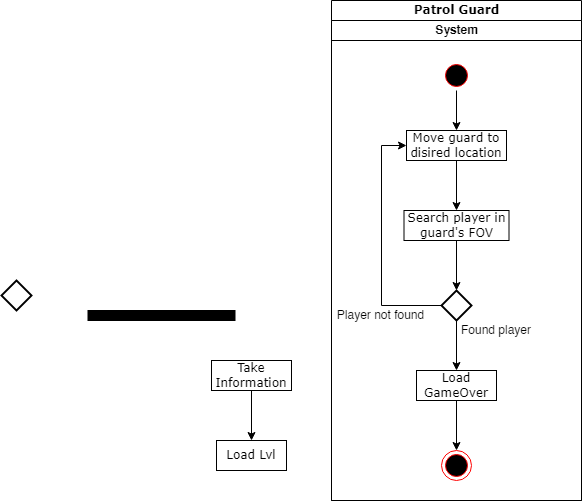
The draw.io diagram Patrol Guard.drawio.png in johannfac/A-Lone-Burglar, before a commit. Source tidied: cells renumbered, new cells last; positions are measured from the earlier drawing's top-left corner, leaving out a move shared by most shapes.
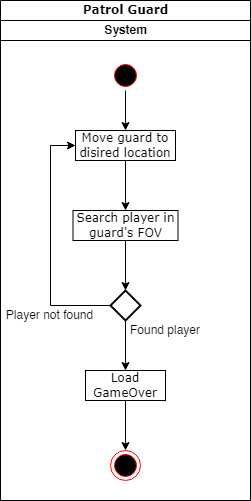
The same file after the commit.

Diff of the diagram source:
```diff
@@ -55,20 +55,5 @@
     <mxCell id="17" style="ellipse;html=1;shape=endState;fillColor=#000000;strokeColor=#ff0000;" parent="3" vertex="1">
       <mxGeometry x="110" y="430" width="30" height="30" as="geometry" />
     </mxCell>
-    <mxCell id="18" style="edgeStyle=orthogonalEdgeStyle;rounded=0;jettySize=auto;html=1;exitX=0.5;exitY=1;exitDx=0;exitDy=0;entryX=0.5;entryY=0;entryDx=0;entryDy=0;" parent="1" edge="1" source="19" target="20">
-      <mxGeometry relative="1" as="geometry" />
-    </mxCell>
-    <mxCell id="19" value="Take Information" style="rounded=0;whiteSpace=wrap;html=1;shadow=0;comic=0;labelBackgroundColor=none;strokeWidth=1;fontFamily=Verdana;fontSize=12;align=center;arcSize=50;" parent="1" vertex="1">
-      <mxGeometry x="210" y="360" width="80" height="30" as="geometry" />
-    </mxCell>
-    <mxCell id="20" value="Load Lvl" style="rounded=0;whiteSpace=wrap;html=1;shadow=0;comic=0;labelBackgroundColor=none;strokeWidth=1;fontFamily=Verdana;fontSize=12;align=center;arcSize=50;" parent="1" vertex="1">
-      <mxGeometry x="215" y="440" width="70" height="30" as="geometry" />
-    </mxCell>
-    <mxCell id="21" style="rhombus;whiteSpace=wrap;html=1;strokeColor=default;strokeWidth=2;fillColor=#FFFFFF;" parent="1" vertex="1">
-      <mxGeometry y="280" width="30" height="30" as="geometry" />
-    </mxCell>
-    <mxCell id="22" style="whiteSpace=wrap;html=1;rounded=0;shadow=0;comic=0;labelBackgroundColor=none;strokeWidth=1;fillColor=#000000;fontFamily=Verdana;fontSize=12;align=center;rotation=0;" parent="1" vertex="1">
-      <mxGeometry x="86.5" y="310" width="147" height="10" as="geometry" />
-    </mxCell>
   </root>
 </mxGraphModel>
```
